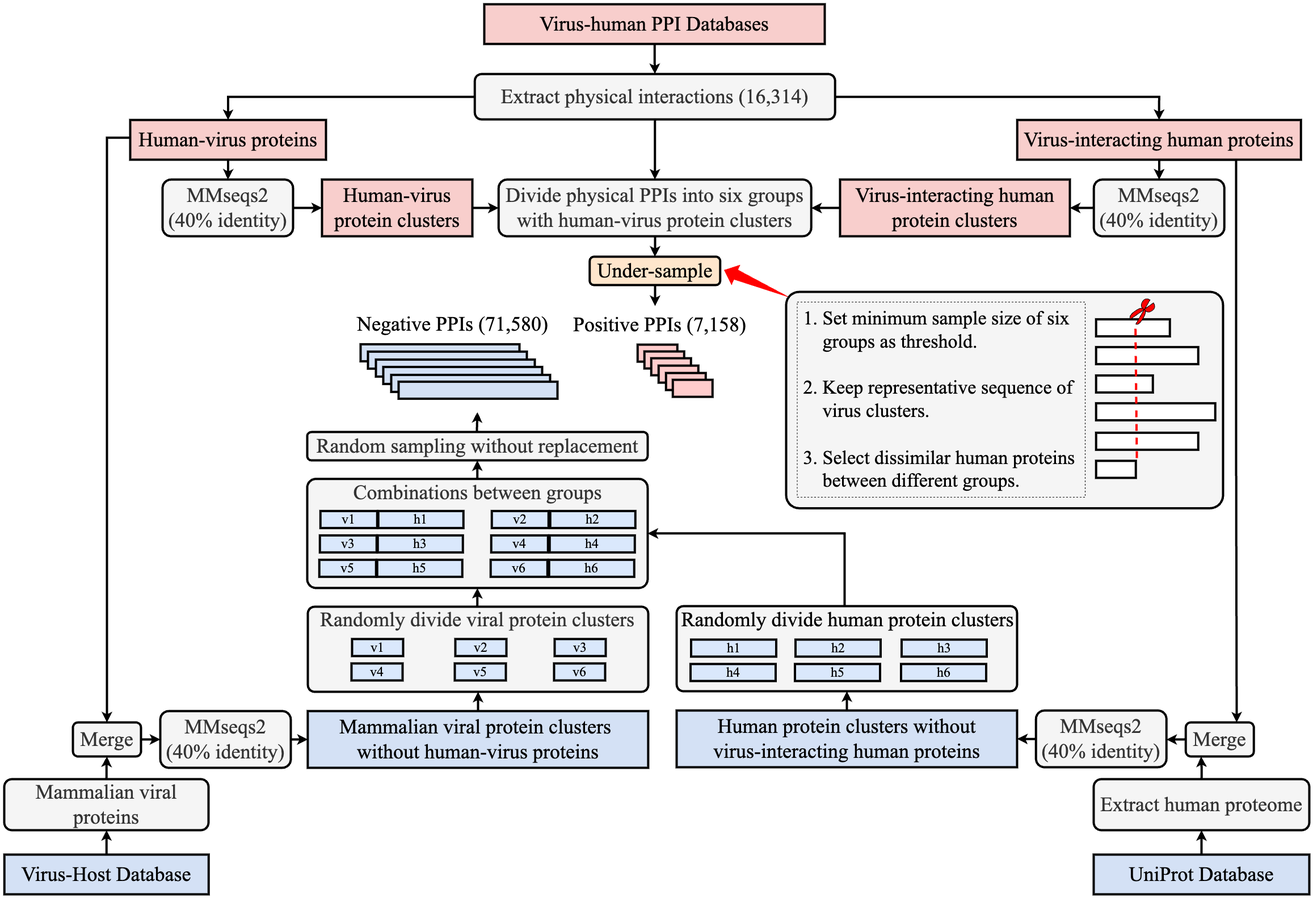
ZyuanZhang/vhPPIpred keeps this draw.io diagram as FigForPaper/Fig1B.png. Above is the earlier version. Source tidied: cells renumbered, new cells last; positions are measured from the earlier drawing's top-left corner, leaving out a move shared by most shapes.
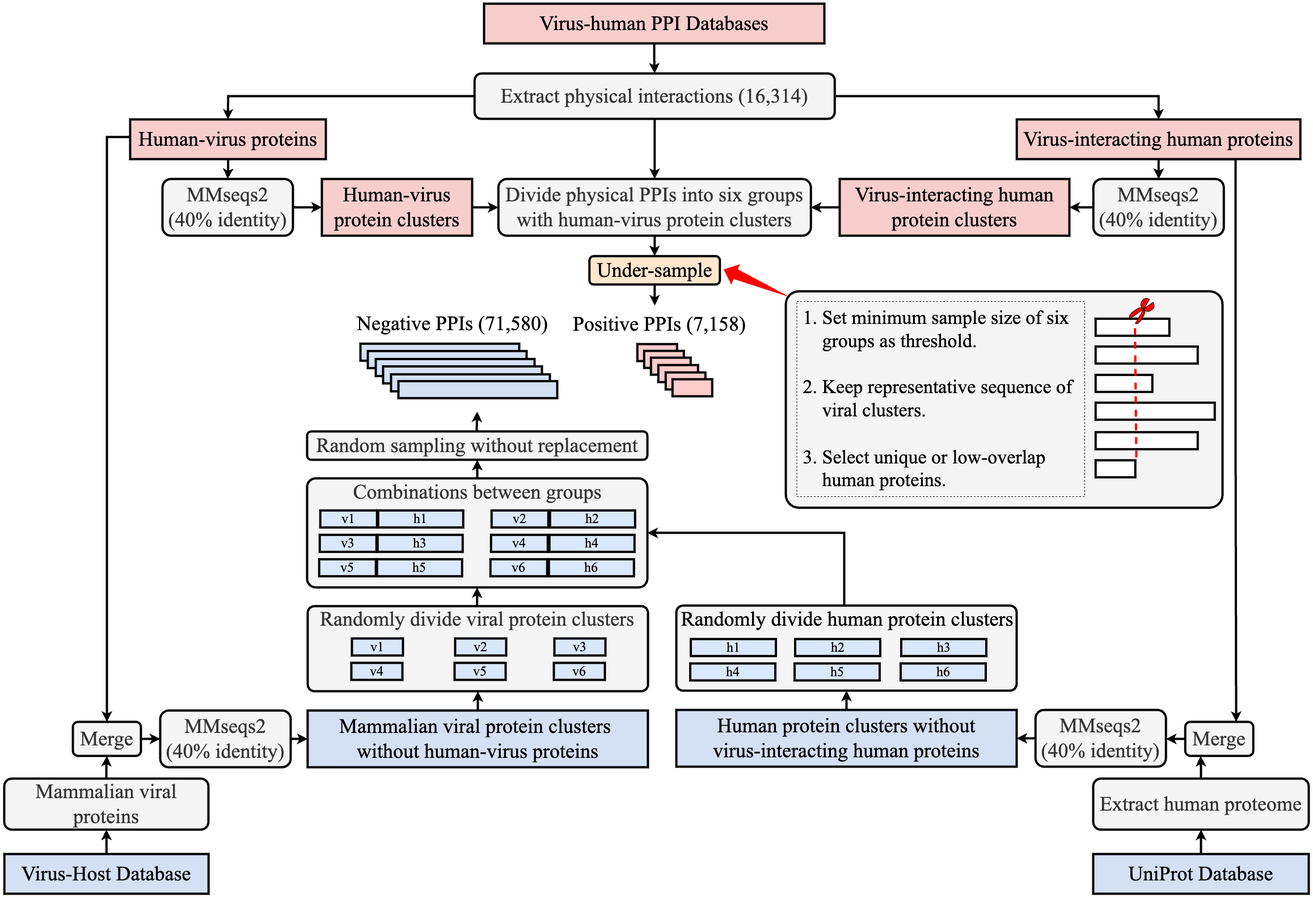
After the commit.

Diff of the diagram source:
```diff
@@ -182,7 +182,7 @@
     <mxCell id="57" style="rounded=0;whiteSpace=wrap;html=1;strokeWidth=4;" parent="1" vertex="1">
       <mxGeometry x="1924.2" y="755.4" width="180" height="30" as="geometry" />
     </mxCell>
-    <mxCell id="58" value="&lt;div style=&quot;font-size: 34px;&quot;&gt;&lt;font style=&quot;font-size: 34px;&quot; face=&quot;Times New Roman&quot;&gt;&amp;nbsp;1. Set minimum sample size of six&amp;nbsp;&lt;/font&gt;&lt;/div&gt;&lt;div style=&quot;font-size: 34px;&quot;&gt;&lt;font style=&quot;font-size: 34px;&quot;&gt;&lt;span style=&quot;font-family: &amp;quot;Times New Roman&amp;quot;; background-color: initial;&quot;&gt;&amp;nbsp; &amp;nbsp; &amp;nbsp;groups&amp;nbsp;&lt;/span&gt;&lt;span style=&quot;background-color: initial; font-family: &amp;quot;Times New Roman&amp;quot;;&quot;&gt;as threshold.&lt;/span&gt;&lt;/font&gt;&lt;/div&gt;&lt;div style=&quot;font-size: 34px;&quot;&gt;&lt;font style=&quot;font-size: 34px;&quot; face=&quot;Times New Roman&quot;&gt;&lt;br&gt;&lt;/font&gt;&lt;/div&gt;&lt;div style=&quot;font-size: 34px;&quot;&gt;&lt;span style=&quot;background-color: initial;&quot;&gt;&lt;font face=&quot;Times New Roman&quot; style=&quot;font-size: 34px;&quot;&gt;&amp;nbsp;2. Keep representative sequence of&amp;nbsp;&lt;/font&gt;&lt;/span&gt;&lt;/div&gt;&lt;div style=&quot;font-size: 34px;&quot;&gt;&lt;span style=&quot;background-color: initial; font-family: &amp;quot;Times New Roman&amp;quot;;&quot;&gt;&lt;font style=&quot;font-size: 34px;&quot;&gt;&amp;nbsp; &amp;nbsp; &amp;nbsp;virus clusters.&lt;/font&gt;&lt;/span&gt;&lt;/div&gt;&lt;div style=&quot;font-size: 34px;&quot;&gt;&lt;span style=&quot;background-color: initial;&quot;&gt;&lt;font face=&quot;_0HB9dzkPhpicaYD_1xH&quot; style=&quot;font-size: 34px;&quot;&gt;&lt;br&gt;&lt;/font&gt;&lt;/span&gt;&lt;/div&gt;&lt;div style=&quot;font-size: 34px;&quot;&gt;&lt;font style=&quot;font-size: 34px;&quot;&gt;&lt;font face=&quot;Times New Roman&quot; style=&quot;font-size: 34px;&quot;&gt;&amp;nbsp;3.&amp;nbsp;&lt;span style=&quot;background-color: rgb(245, 245, 245); white-space-collapse: preserve;&quot;&gt;Select &lt;/span&gt;&lt;span style=&quot;background-color: rgb(245, 245, 245); white-space-collapse: preserve;&quot;&gt;dissimilar &lt;/span&gt;&lt;/font&gt;&lt;font style=&quot;background-color: initial; font-size: 34px;&quot; face=&quot;Times New Roman&quot;&gt;&lt;span style=&quot;background-color: rgb(245, 245, 245); white-space-collapse: preserve;&quot;&gt;human proteins &lt;/span&gt;&lt;/font&gt;&lt;/font&gt;&lt;/div&gt;&lt;div style=&quot;font-size: 34px;&quot;&gt;&lt;span style=&quot;white-space-collapse: preserve; background-color: rgb(245, 245, 245); font-family: &amp;quot;Times New Roman&amp;quot;;&quot;&gt;&lt;font style=&quot;font-size: 34px;&quot;&gt;     between different groups.&lt;/font&gt;&lt;/span&gt;&lt;/div&gt;" style="text;html=1;align=left;verticalAlign=middle;whiteSpace=wrap;rounded=0;fillColor=none;strokeColor=default;dashed=1;" parent="1" vertex="1">
+    <mxCell id="58" value="&lt;div style=&quot;font-size: 34px;&quot;&gt;&lt;font style=&quot;font-size: 34px;&quot; face=&quot;Times New Roman&quot;&gt;&amp;nbsp;1. Set minimum sample size of six&amp;nbsp;&lt;/font&gt;&lt;/div&gt;&lt;div style=&quot;font-size: 34px;&quot;&gt;&lt;font style=&quot;font-size: 34px;&quot;&gt;&lt;span style=&quot;font-family: &amp;quot;Times New Roman&amp;quot;; background-color: initial;&quot;&gt;&amp;nbsp; &amp;nbsp; &amp;nbsp;groups&amp;nbsp;&lt;/span&gt;&lt;span style=&quot;background-color: initial; font-family: &amp;quot;Times New Roman&amp;quot;;&quot;&gt;as threshold.&lt;/span&gt;&lt;/font&gt;&lt;/div&gt;&lt;div style=&quot;font-size: 34px;&quot;&gt;&lt;font style=&quot;font-size: 34px;&quot; face=&quot;Times New Roman&quot;&gt;&lt;br&gt;&lt;/font&gt;&lt;/div&gt;&lt;div style=&quot;font-size: 34px;&quot;&gt;&lt;span style=&quot;background-color: initial;&quot;&gt;&lt;font face=&quot;Times New Roman&quot; style=&quot;font-size: 34px;&quot;&gt;&amp;nbsp;2. Keep representative sequence of&amp;nbsp;&lt;/font&gt;&lt;/span&gt;&lt;/div&gt;&lt;div style=&quot;font-size: 34px;&quot;&gt;&lt;span style=&quot;background-color: initial; font-family: &amp;quot;Times New Roman&amp;quot;;&quot;&gt;&lt;font style=&quot;font-size: 34px;&quot;&gt;&amp;nbsp; &amp;nbsp; &amp;nbsp;viral clusters.&lt;/font&gt;&lt;/span&gt;&lt;/div&gt;&lt;div style=&quot;font-size: 34px;&quot;&gt;&lt;span style=&quot;background-color: initial;&quot;&gt;&lt;font face=&quot;_0HB9dzkPhpicaYD_1xH&quot; style=&quot;font-size: 34px;&quot;&gt;&lt;br&gt;&lt;/font&gt;&lt;/span&gt;&lt;/div&gt;&lt;div style=&quot;font-size: 34px;&quot;&gt;&lt;font style=&quot;font-size: 34px;&quot;&gt;&lt;font style=&quot;font-size: 34px;&quot;&gt;&lt;font face=&quot;Times New Roman&quot;&gt;&amp;nbsp;3.&amp;nbsp;&lt;/font&gt;&lt;span style=&quot;background-color: rgb(245, 245, 245); white-space-collapse: preserve;&quot;&gt;&lt;font face=&quot;Times New Roman&quot; style=&quot;font-size: 34px;&quot;&gt;Select &lt;/font&gt;&lt;/span&gt;&lt;/font&gt;&lt;/font&gt;&lt;font face=&quot;Times New Roman&quot; style=&quot;font-size: 34px;&quot;&gt;&lt;span style=&quot;background-color: initial;&quot;&gt;unique or low-overlap&lt;/span&gt;&lt;/font&gt;&lt;/div&gt;&lt;div style=&quot;font-size: 34px;&quot;&gt;&lt;font face=&quot;Times New Roman&quot; style=&quot;font-size: 34px;&quot;&gt;&lt;span style=&quot;background-color: initial;&quot;&gt;&amp;nbsp; &amp;nbsp; &amp;nbsp;human proteins&lt;/span&gt;&lt;span style=&quot;background-color: rgb(245, 245, 245); white-space-collapse: preserve;&quot;&gt;.&lt;/span&gt;&lt;/font&gt;&lt;/div&gt;" style="text;html=1;align=left;verticalAlign=middle;whiteSpace=wrap;rounded=0;fillColor=none;strokeColor=default;dashed=1;" parent="1" vertex="1">
       <mxGeometry x="1397.5" y="525" width="507.5" height="343.9" as="geometry" />
     </mxCell>
     <mxCell id="59" style="group;" parent="1" vertex="1">
```
